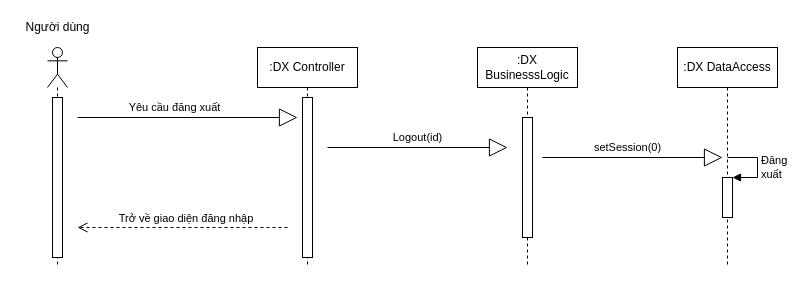
The draw.io diagram U14 New.drawio in haihak/haihak, before the edit. Source tidied: cells renumbered, new cells numbered last; positions are measured from the earlier drawing's top-left corner, leaving out a move shared by most shapes. Both pictures are drawn from the tidied source at 100%, with x=0, y=0 at pixel (17, 17).
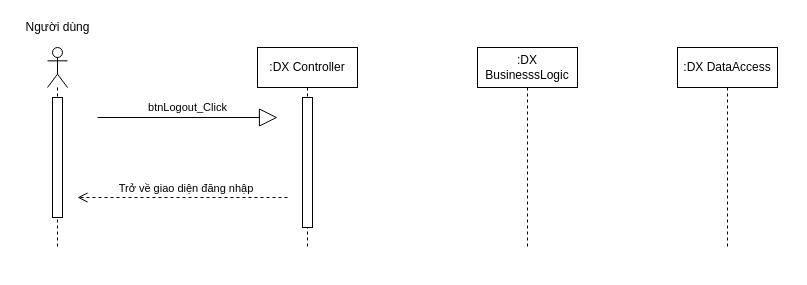
Above is the later version.

What changed in the source:
```diff
@@
     <mxCell id="2" style="shape=umlLifeline;participant=umlActor;perimeter=lifelinePerimeter;whiteSpace=wrap;html=1;verticalAlign=top;spacingTop=36;" parent="1" vertex="1">
-      <mxGeometry x="30" y="30" width="20" height="220" as="geometry" />
+      <mxGeometry x="30" y="30" width="20" height="200" as="geometry" />
     </mxCell>
     <mxCell id="3" style="html=1;perimeter=orthogonalPerimeter;" parent="2" vertex="1">
-      <mxGeometry x="5" y="50" width="10" height="160" as="geometry" />
+      <mxGeometry x="5" y="50" width="10" height="120" as="geometry" />
     </mxCell>
     <mxCell id="4" value=":DX Controller" style="shape=umlLifeline;perimeter=lifelinePerimeter;whiteSpace=wrap;html=1;" parent="1" vertex="1">
-      <mxGeometry x="240" y="30" width="100" height="220" as="geometry" />
+      <mxGeometry x="240" y="30" width="100" height="200" as="geometry" />
     </mxCell>
-    <mxCell id="5" value="Yêu cầu đăng xuất" style="endArrow=block;endSize=16;endFill=0;html=1;rounded=0;edgeStyle=orthogonalEdgeStyle;" parent="4" edge="1">
-      <mxGeometry x="-0.12" y="10" relative="1" as="geometry">
-        <mxPoint x="-180" y="70" as="sourcePoint" />
-        <mxPoint x="40" y="70" as="targetPoint" />
-      </mxGeometry>
-    </mxCell>
     <mxCell id="6" style="html=1;perimeter=orthogonalPerimeter;" parent="4" vertex="1">
-      <mxGeometry x="45" y="50" width="10" height="160" as="geometry" />
+      <mxGeometry x="45" y="50" width="10" height="130" as="geometry" />
     </mxCell>
     <mxCell id="7" value=":DX BusinesssLogic" style="shape=umlLifeline;perimeter=lifelinePerimeter;whiteSpace=wrap;html=1;" parent="1" vertex="1">
-      <mxGeometry x="460" y="30" width="100" height="220" as="geometry" />
+      <mxGeometry x="460" y="30" width="100" height="200" as="geometry" />
     </mxCell>
-    <mxCell id="8" style="html=1;perimeter=orthogonalPerimeter;" parent="7" vertex="1">
-      <mxGeometry x="45" y="70" width="10" height="120" as="geometry" />
-    </mxCell>
     <mxCell id="9" value=":DX DataAccess" style="shape=umlLifeline;perimeter=lifelinePerimeter;whiteSpace=wrap;html=1;" parent="1" vertex="1">
-      <mxGeometry x="660" y="30" width="100" height="220" as="geometry" />
+      <mxGeometry x="660" y="30" width="100" height="200" as="geometry" />
     </mxCell>
-    <mxCell id="10" style="html=1;points=[];perimeter=orthogonalPerimeter;" parent="9" vertex="1">
-      <mxGeometry x="45" y="130" width="10" height="40" as="geometry" />
-    </mxCell>
-    <mxCell id="11" value="Đăng&amp;nbsp;&lt;br&gt;xuất" style="edgeStyle=orthogonalEdgeStyle;html=1;align=left;spacingLeft=2;endArrow=block;rounded=0;entryX=1;entryY=0;" parent="9" edge="1" target="10">
-      <mxGeometry x="0.07" relative="1" as="geometry">
-        <mxPoint x="50" y="110" as="sourcePoint" />
-        <Array as="points">
-          <mxPoint x="80" y="110" />
-        </Array>
-      </mxGeometry>
-    </mxCell>
-    <mxCell id="12" value="setSession(0)" style="endArrow=block;endSize=16;endFill=0;html=1;rounded=0;edgeStyle=orthogonalEdgeStyle;" parent="9" edge="1">
-      <mxGeometry x="-0.06" y="10" relative="1" as="geometry">
-        <mxPoint x="-135" y="110" as="sourcePoint" />
-        <mxPoint x="45" y="110" as="targetPoint" />
-      </mxGeometry>
-    </mxCell>
-    <mxCell id="13" value="Logout(id)" style="endArrow=block;endSize=16;endFill=0;html=1;rounded=0;edgeStyle=orthogonalEdgeStyle;" parent="1" edge="1">
+    <mxCell id="13" value="btnLogout_Click" style="endArrow=block;endSize=16;endFill=0;html=1;rounded=0;edgeStyle=orthogonalEdgeStyle;" parent="1" edge="1">
       <mxGeometry y="10" relative="1" as="geometry">
-        <mxPoint x="310" y="130" as="sourcePoint" />
-        <mxPoint x="490" y="130" as="targetPoint" />
+        <mxPoint x="80" y="100" as="sourcePoint" />
+        <mxPoint x="260" y="100" as="targetPoint" />
       </mxGeometry>
     </mxCell>
     <mxCell id="14" value="Trở về giao diện đăng nhập&amp;nbsp;" style="html=1;verticalAlign=bottom;endArrow=open;dashed=1;endSize=8;rounded=0;edgeStyle=orthogonalEdgeStyle;" parent="1" edge="1">
       <mxGeometry x="-0.05" relative="1" as="geometry">
-        <mxPoint x="270" y="210" as="sourcePoint" />
-        <mxPoint x="60" y="210" as="targetPoint" />
+        <mxPoint x="270" y="180" as="sourcePoint" />
+        <mxPoint x="60" y="180" as="targetPoint" />
       </mxGeometry>
     </mxCell>
```
